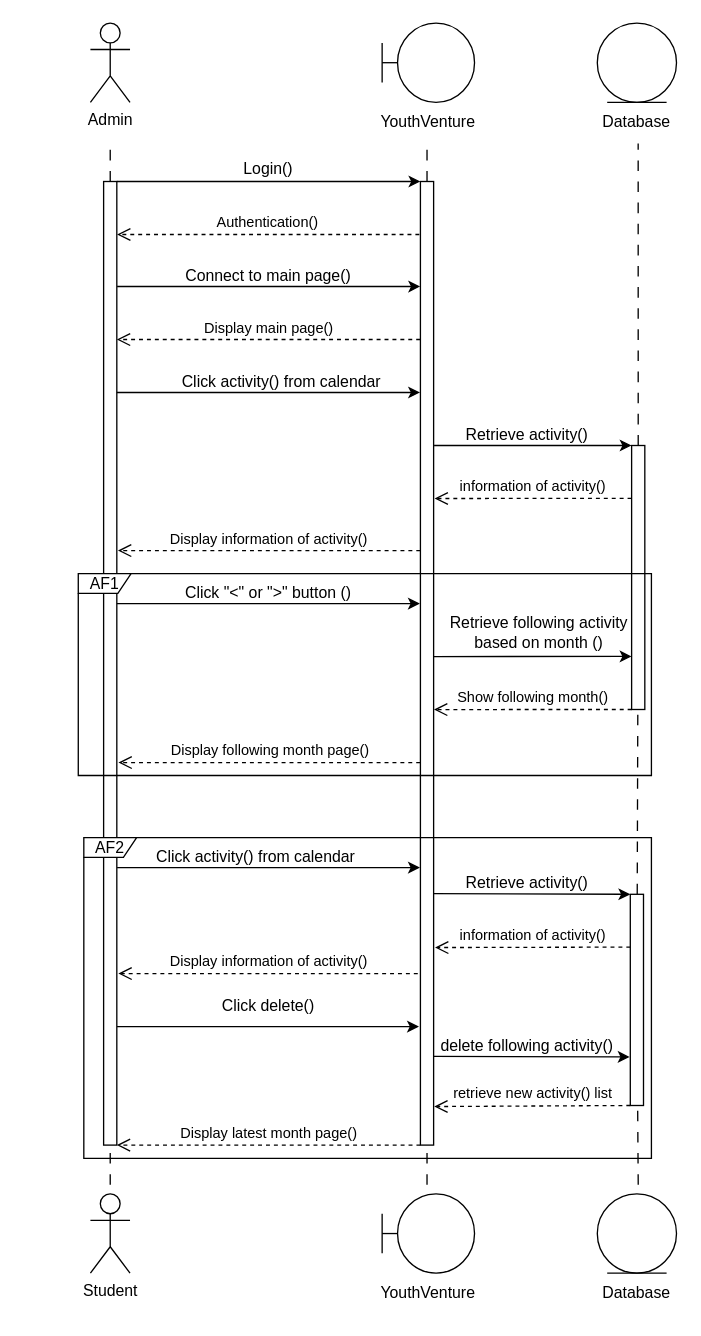
Before: sequence_diagram/UC019 seq diagram.drawio in wei2030/year2_project, a draw.io diagram. Source tidied: cells renumbered, new cells numbered last; positions are measured from the earlier drawing's top-left corner, leaving out a move shared by most shapes. Both pictures are drawn from the tidied source at 132%, with x=0, y=0 at pixel (78, 22).
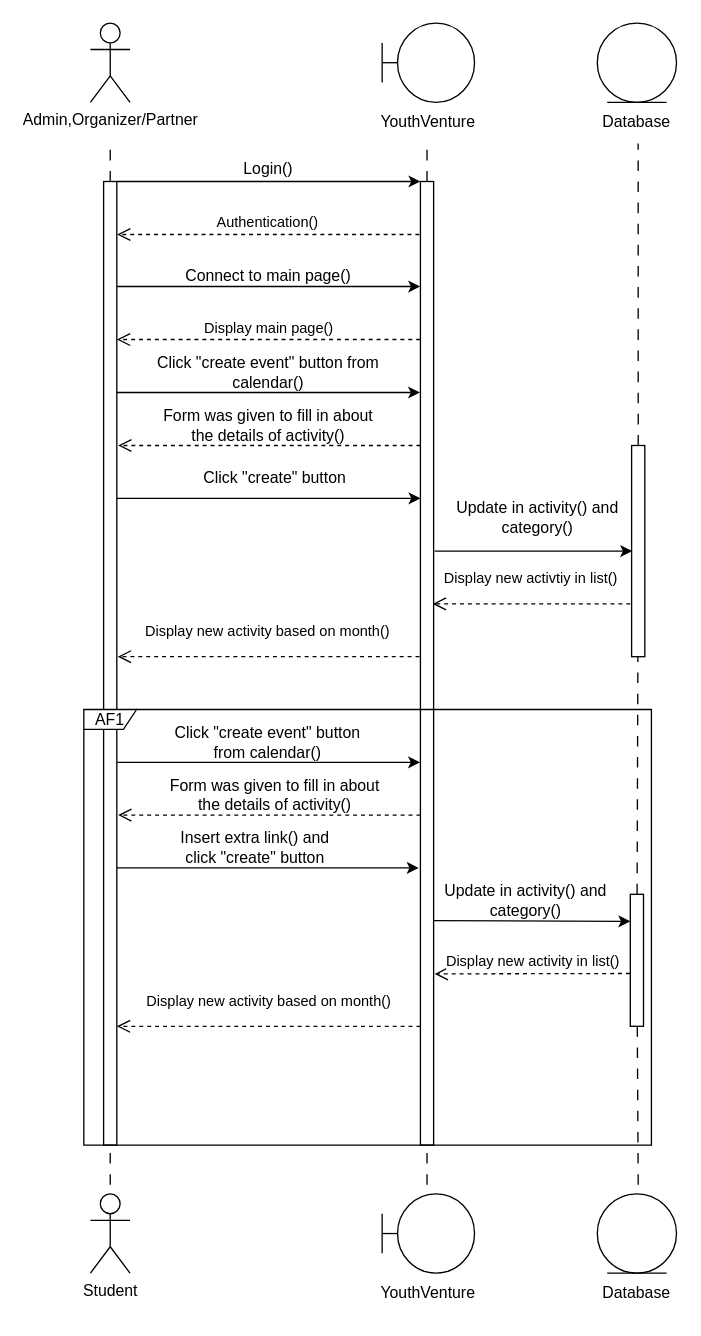
The same diagram, later.

Unchanged cells that the change refers to:
```xml
<mxCell id="12" style="rounded=0;whiteSpace=wrap;html=1;" parent="1" vertex="1">
  <mxGeometry x="19" y="120" width="10" height="730" as="geometry" />
</mxCell>
<mxCell id="14" style="rounded=0;whiteSpace=wrap;html=1;" parent="1" vertex="1">
  <mxGeometry x="259" y="120" width="10" height="730" as="geometry" />
</mxCell>
```

What changed in the source:
```diff
@@
-    <mxCell id="2" value="Admin" style="shape=umlActor;verticalLabelPosition=bottom;verticalAlign=top;html=1;" parent="1" vertex="1">
+    <mxCell id="2" value="Admin,Organizer/Partner" style="shape=umlActor;verticalLabelPosition=bottom;verticalAlign=top;html=1;" parent="1" vertex="1">
       <mxGeometry x="9" width="30" height="60" as="geometry" />
     </mxCell>
@@
-    <mxCell id="22" value="Click activity() from calendar" style="text;html=1;strokeColor=none;fillColor=none;align=center;verticalAlign=middle;whiteSpace=wrap;rounded=0;" parent="1" vertex="1">
-      <mxGeometry x="74" y="257" width="160" height="30" as="geometry" />
+    <mxCell id="22" value="Click &quot;create event&quot; button from calendar()" style="text;html=1;strokeColor=none;fillColor=none;align=center;verticalAlign=middle;whiteSpace=wrap;rounded=0;" parent="1" vertex="1">
+      <mxGeometry x="34" y="250" width="220" height="30" as="geometry" />
     </mxCell>
@@
     <mxCell id="24" style="rounded=0;whiteSpace=wrap;html=1;" parent="1" vertex="1">
-      <mxGeometry x="419" y="320" width="10" height="200" as="geometry" />
+      <mxGeometry x="419" y="320" width="10" height="160" as="geometry" />
     </mxCell>
-    <mxCell id="25" style="endArrow=classic;html=1;rounded=0;entryX=0;entryY=0;entryDx=0;entryDy=0;exitX=1.034;exitY=0.274;exitDx=0;exitDy=0;exitPerimeter=0;" parent="1" edge="1" source="14" target="24">
-      <mxGeometry relative="1" as="geometry" />
+    <mxCell id="25" style="endArrow=classic;html=1;rounded=0;entryX=0;entryY=0;entryDx=0;entryDy=0;exitX=1.034;exitY=0.274;exitDx=0;exitDy=0;exitPerimeter=0;" parent="1" edge="1">
+      <mxGeometry relative="1" as="geometry">
+        <mxPoint x="269.8" y="400" as="sourcePoint" />
+        <mxPoint x="419.4" y="400" as="targetPoint" />
+      </mxGeometry>
     </mxCell>
-    <mxCell id="26" value="Retrieve activity()" style="text;html=1;strokeColor=none;fillColor=none;align=center;verticalAlign=middle;whiteSpace=wrap;rounded=0;" parent="1" vertex="1">
-      <mxGeometry x="269.8" y="297" width="140" height="30" as="geometry" />
+    <mxCell id="26" value="Update in activity() and category()" style="text;html=1;strokeColor=none;fillColor=none;align=center;verticalAlign=middle;whiteSpace=wrap;rounded=0;" parent="1" vertex="1">
+      <mxGeometry x="278" y="360" width="140" height="30" as="geometry" />
     </mxCell>
-    <mxCell id="27" value="information of activity()" style="html=1;verticalAlign=bottom;endArrow=open;dashed=1;endSize=8;curved=0;rounded=0;exitX=-0.006;exitY=0.2;exitDx=0;exitDy=0;exitPerimeter=0;entryX=1.074;entryY=0.329;entryDx=0;entryDy=0;entryPerimeter=0;" parent="1" edge="1" source="24" target="14">
-      <mxGeometry relative="1" as="geometry" />
-    </mxCell>
-    <mxCell id="28" value="Display information of activity()" style="html=1;verticalAlign=bottom;endArrow=open;dashed=1;endSize=8;curved=0;rounded=0;exitX=-0.012;exitY=0.383;exitDx=0;exitDy=0;exitPerimeter=0;entryX=1.085;entryY=0.383;entryDx=0;entryDy=0;entryPerimeter=0;" parent="1" edge="1" source="14" target="12">
-      <mxGeometry relative="1" as="geometry" />
-    </mxCell>
-    <mxCell id="29" style="endArrow=classic;html=1;rounded=0;exitX=1.01;exitY=0.438;exitDx=0;exitDy=0;exitPerimeter=0;entryX=-0.045;entryY=0.438;entryDx=0;entryDy=0;entryPerimeter=0;" parent="1" edge="1" source="12" target="14">
-      <mxGeometry relative="1" as="geometry" />
-    </mxCell>
-    <mxCell id="30" value="Click &quot;&amp;lt;&quot; or &quot;&amp;gt;&quot; button ()" style="text;html=1;strokeColor=none;fillColor=none;align=center;verticalAlign=middle;whiteSpace=wrap;rounded=0;" parent="1" vertex="1">
-      <mxGeometry x="74" y="417" width="140" height="30" as="geometry" />
-    </mxCell>
-    <mxCell id="31" style="endArrow=classic;html=1;rounded=0;entryX=-0.004;entryY=0.799;entryDx=0;entryDy=0;entryPerimeter=0;exitX=1.022;exitY=0.493;exitDx=0;exitDy=0;exitPerimeter=0;" parent="1" edge="1" source="14" target="24">
-      <mxGeometry relative="1" as="geometry" />
-    </mxCell>
-    <mxCell id="32" value="Retrieve following activity based on month ()" style="text;html=1;strokeColor=none;fillColor=none;align=center;verticalAlign=middle;whiteSpace=wrap;rounded=0;" parent="1" vertex="1">
-      <mxGeometry x="279" y="447" width="140" height="30" as="geometry" />
-    </mxCell>
-    <mxCell id="33" value="Show following month()" style="html=1;verticalAlign=bottom;endArrow=open;dashed=1;endSize=8;curved=0;rounded=0;exitX=0;exitY=1;exitDx=0;exitDy=0;entryX=1.028;entryY=0.548;entryDx=0;entryDy=0;entryPerimeter=0;" parent="1" edge="1" source="24" target="14">
-      <mxGeometry relative="1" as="geometry" />
+    <mxCell id="33" value="Display new activtiy in list()&amp;nbsp;" style="html=1;verticalAlign=bottom;endArrow=open;dashed=1;endSize=8;curved=0;rounded=0;exitX=0;exitY=1;exitDx=0;exitDy=0;entryX=1.028;entryY=0.548;entryDx=0;entryDy=0;entryPerimeter=0;" parent="1" edge="1">
+      <mxGeometry x="-0.01" y="-10" relative="1" as="geometry">
+        <mxPoint x="418" y="440" as="sourcePoint" />
+        <mxPoint x="268.3" y="440" as="targetPoint" />
+      </mxGeometry>
     </mxCell>
-    <mxCell id="34" value="Display following month page()" style="html=1;verticalAlign=bottom;endArrow=open;dashed=1;endSize=8;curved=0;rounded=0;entryX=1.124;entryY=0.603;entryDx=0;entryDy=0;entryPerimeter=0;exitX=-0.018;exitY=0.603;exitDx=0;exitDy=0;exitPerimeter=0;" parent="1" edge="1" source="14" target="12">
-      <mxGeometry relative="1" as="geometry" />
+    <mxCell id="34" value="Display new activity based on month()" style="html=1;verticalAlign=bottom;endArrow=open;dashed=1;endSize=8;curved=0;rounded=0;entryX=1.124;entryY=0.603;entryDx=0;entryDy=0;entryPerimeter=0;exitX=-0.018;exitY=0.603;exitDx=0;exitDy=0;exitPerimeter=0;" parent="1" edge="1">
+      <mxGeometry x="0.01" y="-10" relative="1" as="geometry">
+        <mxPoint x="258.3" y="480" as="sourcePoint" />
+        <mxPoint x="29.7" y="480" as="targetPoint" />
+      </mxGeometry>
     </mxCell>
-    <mxCell id="35" style="endArrow=classic;html=1;rounded=0;exitX=1.02;exitY=0.712;exitDx=0;exitDy=0;exitPerimeter=0;entryX=-0.04;entryY=0.712;entryDx=0;entryDy=0;entryPerimeter=0;" parent="1" edge="1" source="12" target="14">
-      <mxGeometry relative="1" as="geometry" />
+    <mxCell id="35" style="endArrow=classic;html=1;rounded=0;exitX=1.02;exitY=0.712;exitDx=0;exitDy=0;exitPerimeter=0;entryX=-0.04;entryY=0.712;entryDx=0;entryDy=0;entryPerimeter=0;" parent="1" edge="1">
+      <mxGeometry relative="1" as="geometry">
+        <mxPoint x="29.3" y="560" as="sourcePoint" />
+        <mxPoint x="258.7" y="560" as="targetPoint" />
+      </mxGeometry>
     </mxCell>
-    <mxCell id="36" value="Click activity() from calendar" style="text;html=1;strokeColor=none;fillColor=none;align=center;verticalAlign=middle;whiteSpace=wrap;rounded=0;" parent="1" vertex="1">
-      <mxGeometry x="54.8" y="617" width="159.2" height="30" as="geometry" />
+    <mxCell id="36" value="Click &quot;create event&quot; button from calendar()" style="text;html=1;strokeColor=none;fillColor=none;align=center;verticalAlign=middle;whiteSpace=wrap;rounded=0;" parent="1" vertex="1">
+      <mxGeometry x="64.4" y="530" width="159.2" height="30" as="geometry" />
     </mxCell>
-    <mxCell id="37" style="endArrow=classic;html=1;rounded=0;entryX=0;entryY=0;entryDx=0;entryDy=0;exitX=1;exitY=0.739;exitDx=0;exitDy=0;exitPerimeter=0;" parent="1" edge="1" source="14" target="48">
-      <mxGeometry relative="1" as="geometry" />
+    <mxCell id="37" style="endArrow=classic;html=1;rounded=0;entryX=0;entryY=0;entryDx=0;entryDy=0;exitX=1;exitY=0.739;exitDx=0;exitDy=0;exitPerimeter=0;" parent="1" edge="1">
+      <mxGeometry relative="1" as="geometry">
+        <mxPoint x="269" y="680" as="sourcePoint" />
+        <mxPoint x="418" y="680.5" as="targetPoint" />
+      </mxGeometry>
     </mxCell>
-    <mxCell id="38" value="Retrieve activity()" style="text;html=1;strokeColor=none;fillColor=none;align=center;verticalAlign=middle;whiteSpace=wrap;rounded=0;" parent="1" vertex="1">
-      <mxGeometry x="269.8" y="637" width="140" height="30" as="geometry" />
+    <mxCell id="38" value="Update in activity() and category()" style="text;html=1;strokeColor=none;fillColor=none;align=center;verticalAlign=middle;whiteSpace=wrap;rounded=0;" parent="1" vertex="1">
+      <mxGeometry x="269" y="650" width="140" height="30" as="geometry" />
     </mxCell>
-    <mxCell id="39" value="information of activity()" style="html=1;verticalAlign=bottom;endArrow=open;dashed=1;endSize=8;curved=0;rounded=0;exitX=0;exitY=0.25;exitDx=0;exitDy=0;entryX=1.107;entryY=0.795;entryDx=0;entryDy=0;entryPerimeter=0;" parent="1" edge="1" source="48" target="14">
-      <mxGeometry relative="1" as="geometry" />
+    <mxCell id="39" value="Display new activity in list()" style="html=1;verticalAlign=bottom;endArrow=open;dashed=1;endSize=8;curved=0;rounded=0;exitX=0;exitY=0.25;exitDx=0;exitDy=0;entryX=1.107;entryY=0.795;entryDx=0;entryDy=0;entryPerimeter=0;" parent="1" edge="1">
+      <mxGeometry relative="1" as="geometry">
+        <mxPoint x="417.7" y="720" as="sourcePoint" />
+        <mxPoint x="269.8" y="720.3" as="targetPoint" />
+      </mxGeometry>
     </mxCell>
-    <mxCell id="40" value="Display information of activity()" style="html=1;verticalAlign=bottom;endArrow=open;dashed=1;endSize=8;curved=0;rounded=0;exitX=-0.2;exitY=0.822;exitDx=0;exitDy=0;exitPerimeter=0;entryX=1.118;entryY=0.822;entryDx=0;entryDy=0;entryPerimeter=0;" parent="1" edge="1" source="14" target="12">
-      <mxGeometry relative="1" as="geometry" />
-    </mxCell>
-    <mxCell id="41" style="endArrow=classic;html=1;rounded=0;exitX=1.015;exitY=0.877;exitDx=0;exitDy=0;exitPerimeter=0;entryX=-0.112;entryY=0.877;entryDx=0;entryDy=0;entryPerimeter=0;" parent="1" edge="1" source="12" target="14">
-      <mxGeometry relative="1" as="geometry" />
+    <mxCell id="41" style="endArrow=classic;html=1;rounded=0;exitX=1.015;exitY=0.877;exitDx=0;exitDy=0;exitPerimeter=0;entryX=-0.112;entryY=0.877;entryDx=0;entryDy=0;entryPerimeter=0;" parent="1" edge="1">
+      <mxGeometry relative="1" as="geometry">
+        <mxPoint x="29" y="640" as="sourcePoint" />
+        <mxPoint x="257.7" y="640" as="targetPoint" />
+      </mxGeometry>
     </mxCell>
-    <mxCell id="42" value="Click delete()" style="text;html=1;strokeColor=none;fillColor=none;align=center;verticalAlign=middle;whiteSpace=wrap;rounded=0;" parent="1" vertex="1">
-      <mxGeometry x="74" y="730" width="140" height="30" as="geometry" />
+    <mxCell id="42" value="Insert extra link() and click &quot;create&quot; button" style="text;html=1;strokeColor=none;fillColor=none;align=center;verticalAlign=middle;whiteSpace=wrap;rounded=0;" parent="1" vertex="1">
+      <mxGeometry x="64.4" y="610" width="140" height="30" as="geometry" />
     </mxCell>
-    <mxCell id="43" style="endArrow=classic;html=1;rounded=0;exitX=0.997;exitY=0.908;exitDx=0;exitDy=0;exitPerimeter=0;entryX=-0.048;entryY=0.77;entryDx=0;entryDy=0;entryPerimeter=0;" parent="1" edge="1" source="14" target="48">
-      <mxGeometry relative="1" as="geometry" />
-    </mxCell>
-    <mxCell id="44" value="delete following activity()" style="text;html=1;strokeColor=none;fillColor=none;align=center;verticalAlign=middle;whiteSpace=wrap;rounded=0;" parent="1" vertex="1">
-      <mxGeometry x="269.8" y="760" width="140" height="30" as="geometry" />
-    </mxCell>
-    <mxCell id="45" value="retrieve new activity() list" style="html=1;verticalAlign=bottom;endArrow=open;dashed=1;endSize=8;curved=0;rounded=0;exitX=0;exitY=1;exitDx=0;exitDy=0;entryX=1.048;entryY=0.96;entryDx=0;entryDy=0;entryPerimeter=0;" parent="1" edge="1" source="48" target="14">
-      <mxGeometry relative="1" as="geometry" />
-    </mxCell>
-    <mxCell id="46" value="Display latest month page()" style="html=1;verticalAlign=bottom;endArrow=open;dashed=1;endSize=8;curved=0;rounded=0;exitX=0;exitY=1;exitDx=0;exitDy=0;entryX=1;entryY=1;entryDx=0;entryDy=0;" parent="1" edge="1" source="14" target="12">
-      <mxGeometry relative="1" as="geometry" />
+    <mxCell id="46" value="Display new activity based on month()" style="html=1;verticalAlign=bottom;endArrow=open;dashed=1;endSize=8;curved=0;rounded=0;exitX=0;exitY=1;exitDx=0;exitDy=0;entryX=1;entryY=1;entryDx=0;entryDy=0;" parent="1" edge="1">
+      <mxGeometry y="-10" relative="1" as="geometry">
+        <mxPoint x="259" y="760" as="sourcePoint" />
+        <mxPoint x="29" y="760" as="targetPoint" />
+      </mxGeometry>
     </mxCell>
@@
     <mxCell id="48" style="rounded=0;whiteSpace=wrap;html=1;" parent="1" vertex="1">
-      <mxGeometry x="418" y="660" width="10" height="160" as="geometry" />
+      <mxGeometry x="418" y="660" width="10" height="100" as="geometry" />
     </mxCell>
-    <mxCell id="49" value="AF2" style="shape=umlFrame;whiteSpace=wrap;html=1;width=40;height=15;" parent="1" vertex="1">
-      <mxGeometry x="4" y="617" width="430" height="243" as="geometry" />
+    <mxCell id="49" value="AF1" style="shape=umlFrame;whiteSpace=wrap;html=1;width=40;height=15;" parent="1" vertex="1">
+      <mxGeometry x="4" y="520" width="430" height="330" as="geometry" />
     </mxCell>
@@
-    <mxCell id="56" value="AF1" style="shape=umlFrame;whiteSpace=wrap;html=1;width=40;height=15;" parent="1" vertex="1">
-      <mxGeometry x="-0.2" y="417" width="434.2" height="153" as="geometry" />
-    </mxCell>
+    <mxCell id="57" style="html=1;verticalAlign=bottom;endArrow=open;dashed=1;endSize=8;curved=0;rounded=0;exitX=-0.012;exitY=0.383;exitDx=0;exitDy=0;exitPerimeter=0;entryX=1.085;entryY=0.383;entryDx=0;entryDy=0;entryPerimeter=0;" parent="1" edge="1">
+      <mxGeometry y="-10" relative="1" as="geometry">
+        <mxPoint x="259" y="320" as="sourcePoint" />
+        <mxPoint x="30" y="320" as="targetPoint" />
+      </mxGeometry>
+    </mxCell>
+    <mxCell id="58" value="Form was given to fill in about the details of activity()" style="text;html=1;strokeColor=none;fillColor=none;align=center;verticalAlign=middle;whiteSpace=wrap;rounded=0;" parent="1" vertex="1">
+      <mxGeometry x="59" y="290" width="170" height="30" as="geometry" />
+    </mxCell>
+    <mxCell id="59" value="Click &quot;create&quot; button" style="text;html=1;strokeColor=none;fillColor=none;align=center;verticalAlign=middle;whiteSpace=wrap;rounded=0;" parent="1" vertex="1">
+      <mxGeometry x="39" y="330" width="220" height="30" as="geometry" />
+    </mxCell>
+    <mxCell id="60" style="endArrow=classic;html=1;rounded=0;exitX=1.019;exitY=0.109;exitDx=0;exitDy=0;exitPerimeter=0;entryX=-0.019;entryY=0.109;entryDx=0;entryDy=0;entryPerimeter=0;" parent="1" edge="1">
+      <mxGeometry relative="1" as="geometry">
+        <mxPoint x="29" y="360" as="sourcePoint" />
+        <mxPoint x="259" y="360" as="targetPoint" />
+      </mxGeometry>
+    </mxCell>
+    <mxCell id="61" value="Form was given to fill in about the details of activity()" style="text;html=1;strokeColor=none;fillColor=none;align=center;verticalAlign=middle;whiteSpace=wrap;rounded=0;" parent="1" vertex="1">
+      <mxGeometry x="64" y="570" width="170" height="30" as="geometry" />
+    </mxCell>
+    <mxCell id="62" style="html=1;verticalAlign=bottom;endArrow=open;dashed=1;endSize=8;curved=0;rounded=0;exitX=-0.012;exitY=0.383;exitDx=0;exitDy=0;exitPerimeter=0;entryX=1.085;entryY=0.383;entryDx=0;entryDy=0;entryPerimeter=0;" parent="1" edge="1">
+      <mxGeometry y="-10" relative="1" as="geometry">
+        <mxPoint x="259" y="600" as="sourcePoint" />
+        <mxPoint x="30" y="600" as="targetPoint" />
+      </mxGeometry>
+    </mxCell>
```
